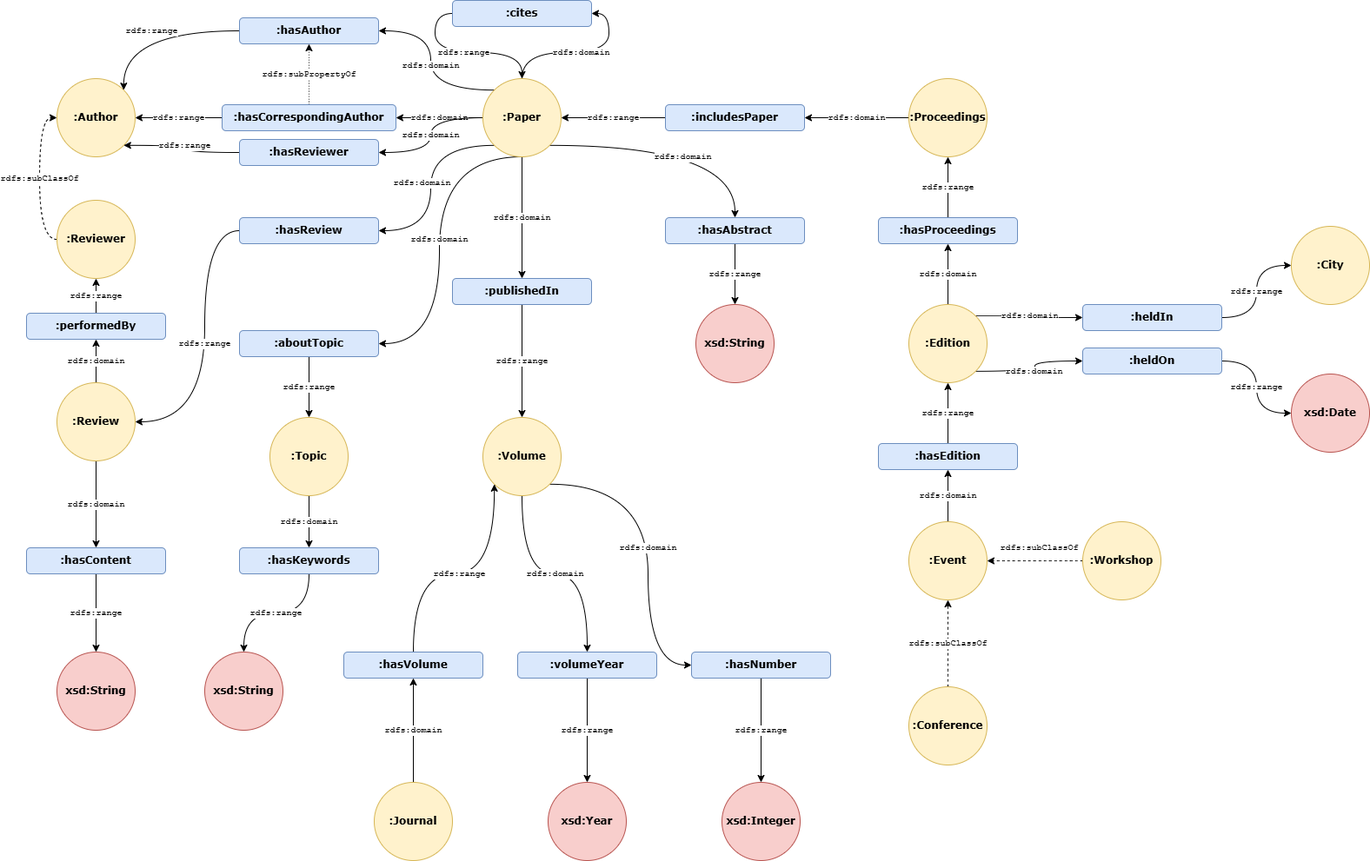
This is LAB/KnowledgeGraphs/docs/B1_TBOX.png from eZWALT/SDM-Semantic-Data-Management, a draw.io export, as it was before one commit. Source tidied: cells renumbered, new cells last; positions are measured from the earlier drawing's top-left corner, leaving out a move shared by most shapes.
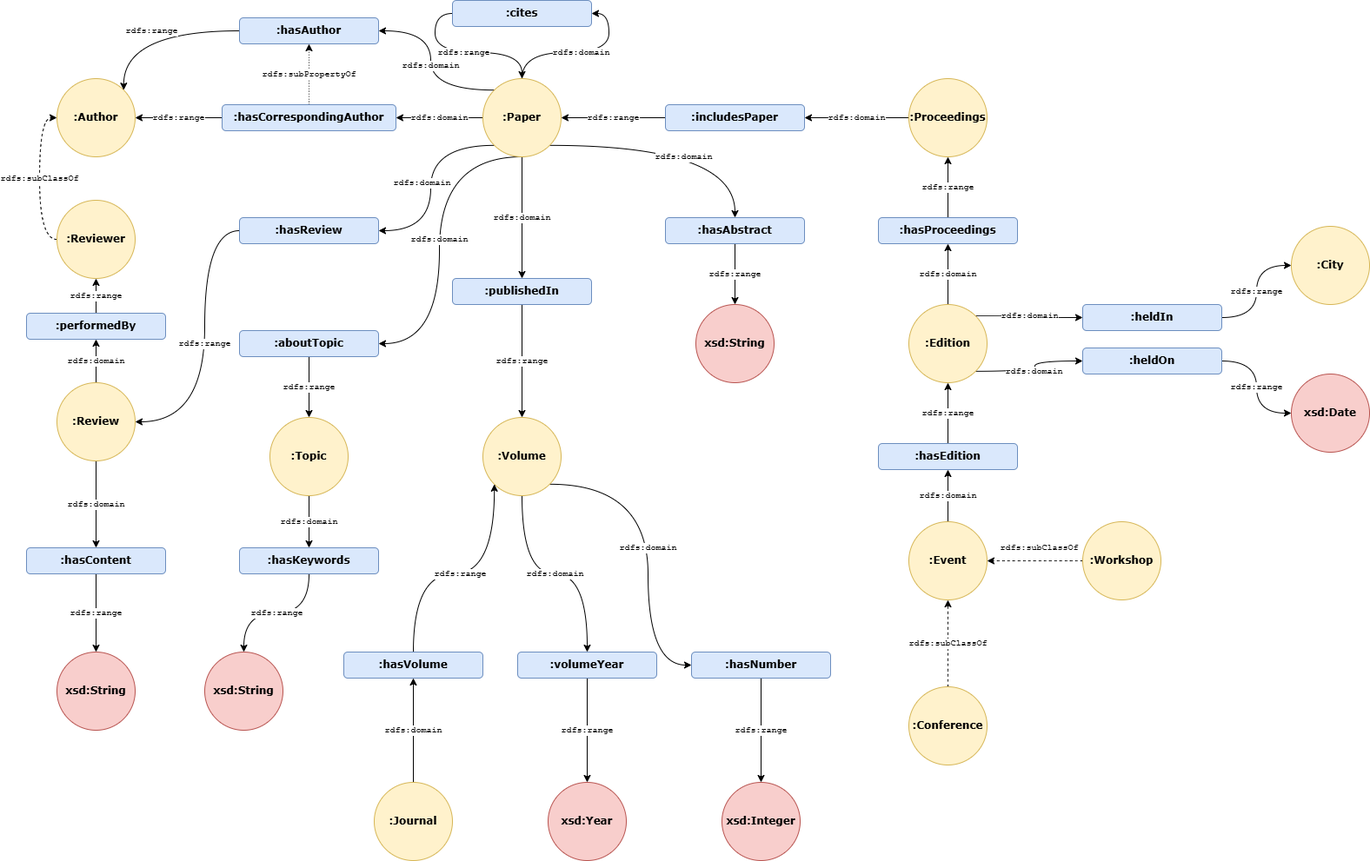
The same file after the commit.

Commit message:
Updated ABOX, included .rdf and .ttl TBOX/ABOX, added descriptive stats notebook

Diff of the diagram source:
```diff
@@ -25,9 +25,6 @@
     <mxCell id="7" value="rdfs:domain" style="edgeStyle=orthogonalEdgeStyle;rounded=0;jettySize=auto;html=1;exitX=1;exitY=1;exitDx=0;exitDy=0;entryX=0.5;entryY=0;entryDx=0;entryDy=0;curved=1;fontFamily=Courier New;fontSize=10;" parent="1" edge="1" source="11" target="61">
       <mxGeometry x="0.03" y="-13" relative="1" as="geometry" />
     </mxCell>
-    <mxCell id="8" value="rdfs:domain" style="edgeStyle=orthogonalEdgeStyle;rounded=0;jettySize=auto;html=1;exitX=0;exitY=0.5;exitDx=0;exitDy=0;entryX=1;entryY=0.5;entryDx=0;entryDy=0;curved=1;fontFamily=Courier New;fontSize=10;" parent="1" edge="1" source="11" target="66">
-      <mxGeometry relative="1" as="geometry" />
-    </mxCell>
     <mxCell id="9" value="rdfs:domain" style="edgeStyle=orthogonalEdgeStyle;rounded=0;jettySize=auto;html=1;exitX=0;exitY=0;exitDx=0;exitDy=0;entryX=1;entryY=0.5;entryDx=0;entryDy=0;curved=1;fontFamily=Courier New;fontSize=10;" parent="1" edge="1" source="11" target="35">
       <mxGeometry relative="1" as="geometry" />
     </mxCell>
@@ -206,12 +203,6 @@
     <mxCell id="64" value=":hasReview" style="rounded=1;whiteSpace=wrap;html=1;fillColor=#dae8fc;strokeColor=#6c8ebf;fontFamily=Verdana;fontStyle=1;" parent="1" vertex="1">
       <mxGeometry x="245" y="250" width="160" height="30" as="geometry" />
     </mxCell>
-    <mxCell id="65" value="rdfs:range" style="edgeStyle=orthogonalEdgeStyle;rounded=0;jettySize=auto;html=1;entryX=1;entryY=1;entryDx=0;entryDy=0;curved=1;fontFamily=Courier New;fontSize=10;" parent="1" edge="1" source="66" target="2">
-      <mxGeometry relative="1" as="geometry" />
-    </mxCell>
-    <mxCell id="66" value=":hasReviewer" style="rounded=1;whiteSpace=wrap;html=1;fillColor=#dae8fc;strokeColor=#6c8ebf;fontFamily=Verdana;fontStyle=1;" parent="1" vertex="1">
-      <mxGeometry x="245" y="160" width="160" height="30" as="geometry" />
-    </mxCell>
     <mxCell id="67" value="rdfs:range" style="edgeStyle=orthogonalEdgeStyle;rounded=0;jettySize=auto;html=1;entryX=0.5;entryY=1;entryDx=0;entryDy=0;curved=1;fontFamily=Courier New;fontSize=10;" parent="1" edge="1" source="68" target="78">
       <mxGeometry relative="1" as="geometry" />
     </mxCell>
```
